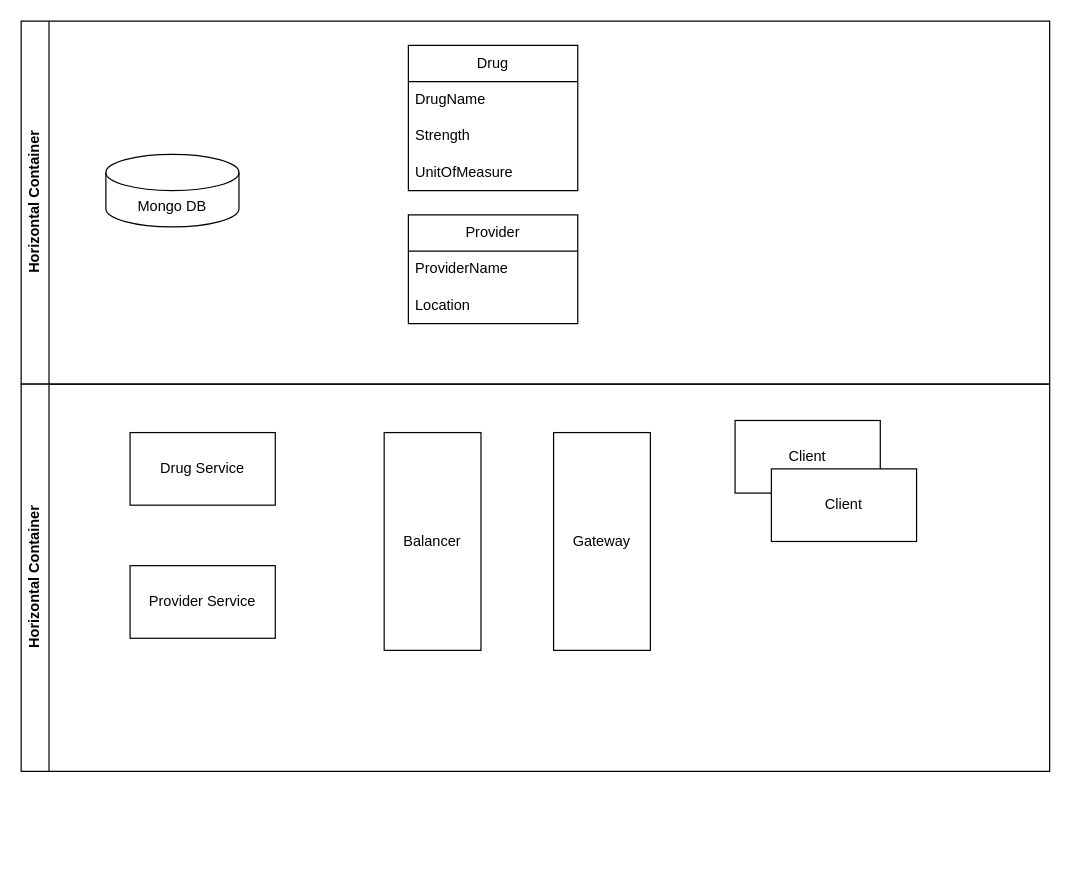
FrankMarin/SpringBoot keeps this draw.io diagram as Untitled Diagram.drawio. Above is the earlier version. Source tidied: cells renumbered, new cells numbered last; positions are measured from the earlier drawing's top-left corner, leaving out a move shared by most shapes. Both pictures are drawn from the tidied source at 121%, with x=0, y=0 at pixel (21, 21).
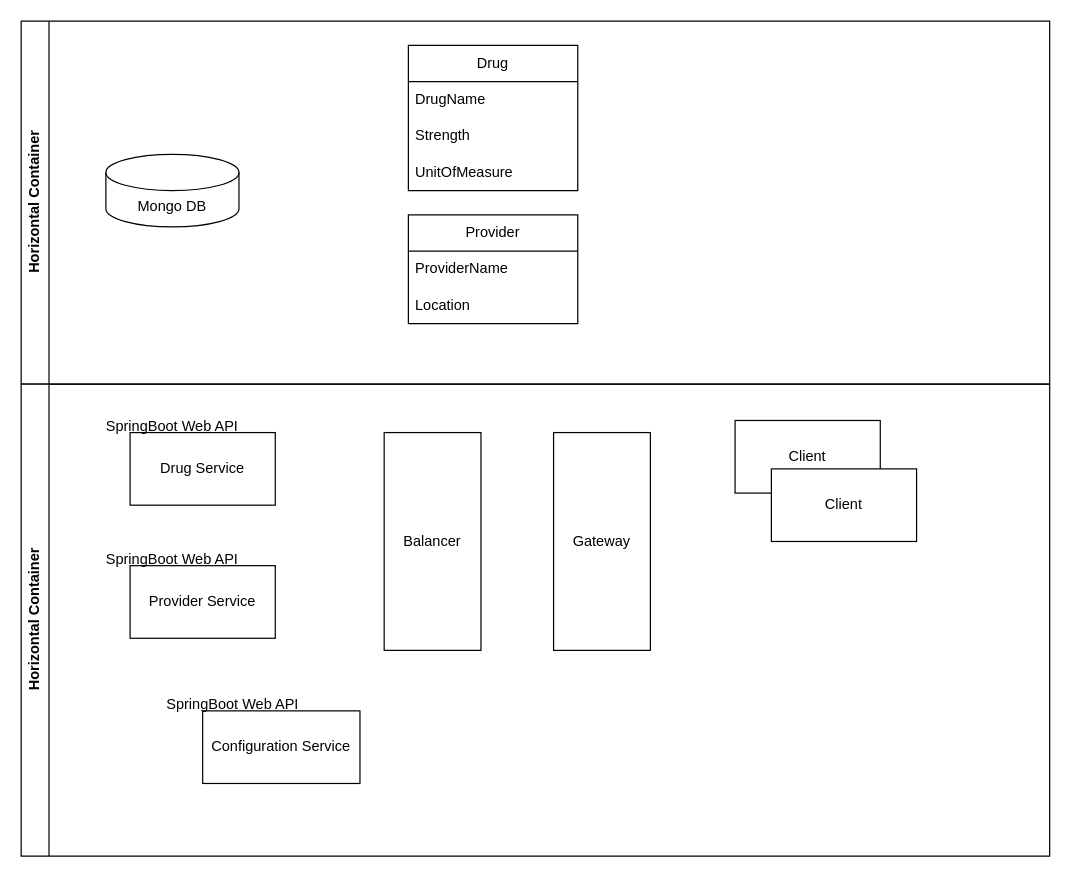
Above is the later version.

Change to the diagram source:
```diff
@@
     <mxCell id="11" value="Horizontal Container" style="swimlane;horizontal=0;whiteSpace=wrap;html=1;" parent="1" vertex="1">
-      <mxGeometry y="300" width="850" height="320" as="geometry" />
+      <mxGeometry y="300" width="850" height="390" as="geometry" />
     </mxCell>
@@
+    <mxCell id="18" value="SpringBoot Web API" style="text;html=1;strokeColor=none;fillColor=none;align=center;verticalAlign=middle;whiteSpace=wrap;rounded=0;" parent="11" vertex="1">
+      <mxGeometry x="50" y="20" width="150" height="30" as="geometry" />
+    </mxCell>
+    <mxCell id="19" value="SpringBoot Web API" style="text;html=1;strokeColor=none;fillColor=none;align=center;verticalAlign=middle;whiteSpace=wrap;rounded=0;" parent="11" vertex="1">
+      <mxGeometry x="50" y="130" width="150" height="30" as="geometry" />
+    </mxCell>
+    <mxCell id="20" value="Configuration Service" style="rounded=0;whiteSpace=wrap;html=1;" parent="11" vertex="1">
+      <mxGeometry x="150" y="270" width="130" height="60" as="geometry" />
+    </mxCell>
+    <mxCell id="21" value="SpringBoot Web API" style="text;html=1;strokeColor=none;fillColor=none;align=center;verticalAlign=middle;whiteSpace=wrap;rounded=0;" parent="11" vertex="1">
+      <mxGeometry x="100" y="250" width="150" height="30" as="geometry" />
+    </mxCell>
```
